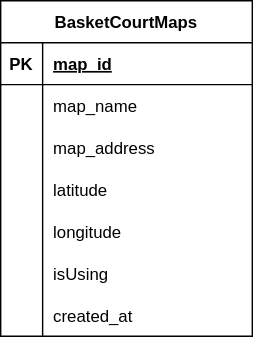
Above: src/app/_design/db.drawio.svg in yamaneko86/basket-court-map-ts (draw.io), before the change. Source tidied: cells renumbered, new cells last; positions are measured from the earlier drawing's top-left corner, leaving out a move shared by most shapes.
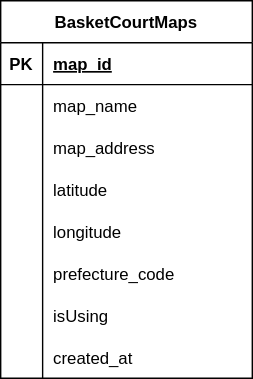
The same file after the commit.

Commit message:
都道府県番号の追加

Change to the diagram source:
```diff
@@ -3,7 +3,7 @@
     <mxCell id="0" />
     <mxCell id="1" parent="0" />
     <mxCell id="2" value="BasketCourtMaps" style="shape=table;startSize=30;rowLines=0;fontStyle=1;align=center;" parent="1" vertex="1">
-      <mxGeometry width="180" height="240" as="geometry" />
+      <mxGeometry width="180" height="270" as="geometry" />
     </mxCell>
     <mxCell id="3" style="shape=tableRow;horizontal=0;startSize=0;swimlaneHead=0;swimlaneBody=0;fillColor=none;top=0;left=0;right=0;bottom=1;" parent="2" vertex="1">
       <mxGeometry y="30" width="180" height="30" as="geometry" />
@@ -50,8 +50,17 @@
     <mxCell id="17" value="longitude" style="shape=partialRectangle;fillColor=none;top=0;left=0;bottom=0;right=0;align=left;spacingLeft=6;overflow=hidden;" parent="15" vertex="1">
       <mxGeometry x="30" width="150" height="30" as="geometry" />
     </mxCell>
+    <mxCell id="21" style="shape=tableRow;horizontal=0;startSize=0;swimlaneHead=0;swimlaneBody=0;fillColor=none;top=0;left=0;right=0;bottom=0;" parent="2" vertex="1">
+      <mxGeometry y="180" width="180" height="30" as="geometry" />
+    </mxCell>
+    <mxCell id="22" style="shape=partialRectangle;fillColor=none;top=0;left=0;bottom=0;right=0;overflow=hidden;" parent="21" vertex="1">
+      <mxGeometry width="30" height="30" as="geometry" />
+    </mxCell>
+    <mxCell id="23" value="prefecture_code" style="shape=partialRectangle;fillColor=none;top=0;left=0;bottom=0;right=0;align=left;spacingLeft=6;overflow=hidden;" parent="21" vertex="1">
+      <mxGeometry x="30" width="150" height="30" as="geometry" />
+    </mxCell>
     <mxCell id="18" style="shape=tableRow;horizontal=0;startSize=0;swimlaneHead=0;swimlaneBody=0;fillColor=none;top=0;left=0;right=0;bottom=0;" parent="2" vertex="1">
-      <mxGeometry y="180" width="180" height="30" as="geometry" />
+      <mxGeometry y="210" width="180" height="30" as="geometry" />
     </mxCell>
     <mxCell id="19" style="shape=partialRectangle;fillColor=none;top=0;left=0;bottom=0;right=0;overflow=hidden;" parent="18" vertex="1">
       <mxGeometry width="30" height="30" as="geometry" />
@@ -59,14 +68,14 @@
     <mxCell id="20" value="isUsing" style="shape=partialRectangle;fillColor=none;top=0;left=0;bottom=0;right=0;align=left;spacingLeft=6;overflow=hidden;" parent="18" vertex="1">
       <mxGeometry x="30" width="150" height="30" as="geometry" />
     </mxCell>
-    <mxCell id="21" style="shape=tableRow;horizontal=0;startSize=0;swimlaneHead=0;swimlaneBody=0;fillColor=none;top=0;left=0;right=0;bottom=0;" parent="2" vertex="1">
-      <mxGeometry y="210" width="180" height="30" as="geometry" />
-    </mxCell>
-    <mxCell id="22" style="shape=partialRectangle;fillColor=none;top=0;left=0;bottom=0;right=0;overflow=hidden;" parent="21" vertex="1">
-      <mxGeometry width="30" height="30" as="geometry" />
-    </mxCell>
-    <mxCell id="23" value="created_at" style="shape=partialRectangle;fillColor=none;top=0;left=0;bottom=0;right=0;align=left;spacingLeft=6;overflow=hidden;" parent="21" vertex="1">
-      <mxGeometry x="30" width="150" height="30" as="geometry" />
-    </mxCell>
+    <mxCell id="24" style="shape=tableRow;horizontal=0;startSize=0;swimlaneHead=0;swimlaneBody=0;fillColor=none;top=0;left=0;right=0;bottom=0;" parent="2" vertex="1">
+      <mxGeometry y="240" width="180" height="30" as="geometry" />
+    </mxCell>
+    <mxCell id="25" style="shape=partialRectangle;fillColor=none;top=0;left=0;bottom=0;right=0;overflow=hidden;" parent="24" vertex="1">
+      <mxGeometry width="30" height="30" as="geometry" />
+    </mxCell>
+    <mxCell id="26" value="created_at" style="shape=partialRectangle;fillColor=none;top=0;left=0;bottom=0;right=0;align=left;spacingLeft=6;overflow=hidden;" parent="24" vertex="1">
+      <mxGeometry x="30" width="150" height="30" as="geometry" />
+    </mxCell>
   </root>
 </mxGraphModel>
```
